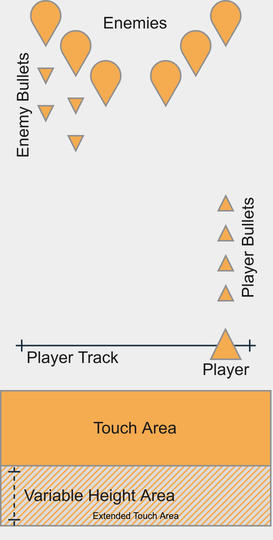
Above: CI410-Introduction-to-Game-Design-and-Development/Assignment1-Design-Doc/img/concept3.png in summerysaturn/y1-university (draw.io), before the change. Source tidied: cells renumbered, new cells last; positions are measured from the earlier drawing's top-left corner, leaving out a move shared by most shapes.
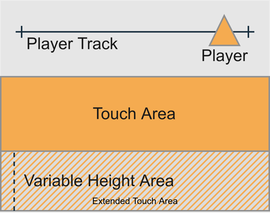
Later version of the same file.

Diff of the diagram source:
```diff
@@ -2,10 +2,13 @@
   <root>
     <mxCell id="0" />
     <mxCell id="1" parent="0" />
+    <mxCell id="24" style="rounded=0;whiteSpace=wrap;html=1;fillColor=#E6E6E6;strokeColor=none;" parent="1" vertex="1">
+      <mxGeometry y="209" width="180" height="140" as="geometry" />
+    </mxCell>
     <mxCell id="2" value="Extended Touch Area" style="verticalLabelPosition=middle;verticalAlign=bottom;html=1;shape=mxgraph.basic.patternFillRect;fillStyle=diag;step=3;fillStrokeWidth=0.5;fillStrokeColor=#F5AB50;rounded=0;sketch=0;strokeColor=#909090;fillColor=#dddddd;labelPosition=center;align=center;fontSize=6;" parent="1" vertex="1">
       <mxGeometry y="310" width="180" height="40" as="geometry" />
     </mxCell>
-    <mxCell id="3" value="Variable Height Area" style="endArrow=ERone;dashed=1;html=1;strokeColor=#182E3E;fontColor=#1A1A1A;startArrow=ERone;startFill=0;endFill=0;labelBackgroundColor=none;labelPosition=right;verticalLabelPosition=middle;align=left;verticalAlign=middle;" parent="1" edge="1">
+    <mxCell id="3" value="Variable Height Area" style="endArrow=none;dashed=1;html=1;strokeColor=#182E3E;fontColor=#1A1A1A;startArrow=none;startFill=0;endFill=0;labelBackgroundColor=none;labelPosition=right;verticalLabelPosition=middle;align=left;verticalAlign=middle;endSize=6;jumpStyle=none;" parent="1" edge="1">
       <mxGeometry y="-5" relative="1" as="geometry">
         <mxPoint x="9" y="350" as="sourcePoint" />
         <mxPoint x="9" y="310" as="targetPoint" />
@@ -23,56 +26,5 @@
     <mxCell id="6" value="&lt;p style=&quot;line-height: 0%&quot;&gt;Player&lt;/p&gt;" style="verticalLabelPosition=bottom;verticalAlign=bottom;html=1;shape=mxgraph.basic.acute_triangle;dx=0.49;sketch=0;strokeColor=#909090;fillColor=#F5AB50;labelPosition=center;align=center;fontColor=#1A1A1A;fontSize=11;" parent="1" vertex="1">
       <mxGeometry x="140" y="219" width="20" height="20" as="geometry" />
     </mxCell>
-    <mxCell id="7" style="verticalLabelPosition=bottom;verticalAlign=top;html=1;shape=mxgraph.basic.drop;sketch=0;strokeColor=#909090;fillColor=#F5AB50;fontColor=#1A1A1A;rotation=-180;" parent="1" vertex="1">
-      <mxGeometry x="20" width="20" height="30" as="geometry" />
-    </mxCell>
-    <mxCell id="8" style="verticalLabelPosition=bottom;verticalAlign=top;html=1;shape=mxgraph.basic.drop;sketch=0;strokeColor=#909090;fillColor=#F5AB50;fontColor=#1A1A1A;rotation=-180;" parent="1" vertex="1">
-      <mxGeometry x="40" y="20" width="20" height="30" as="geometry" />
-    </mxCell>
-    <mxCell id="9" style="verticalLabelPosition=bottom;verticalAlign=top;html=1;shape=mxgraph.basic.drop;sketch=0;strokeColor=#909090;fillColor=#F5AB50;fontColor=#1A1A1A;rotation=-180;" parent="1" vertex="1">
-      <mxGeometry x="60" y="40" width="20" height="30" as="geometry" />
-    </mxCell>
-    <mxCell id="10" style="verticalLabelPosition=bottom;verticalAlign=top;html=1;shape=mxgraph.basic.drop;sketch=0;strokeColor=#909090;fillColor=#F5AB50;fontColor=#1A1A1A;rotation=-180;" parent="1" vertex="1">
-      <mxGeometry x="140" width="20" height="30" as="geometry" />
-    </mxCell>
-    <mxCell id="11" style="verticalLabelPosition=bottom;verticalAlign=top;html=1;shape=mxgraph.basic.drop;sketch=0;strokeColor=#909090;fillColor=#F5AB50;fontColor=#1A1A1A;rotation=-180;" parent="1" vertex="1">
-      <mxGeometry x="120" y="20" width="20" height="30" as="geometry" />
-    </mxCell>
-    <mxCell id="12" style="verticalLabelPosition=bottom;verticalAlign=top;html=1;shape=mxgraph.basic.drop;sketch=0;strokeColor=#909090;fillColor=#F5AB50;fontColor=#1A1A1A;rotation=-180;" parent="1" vertex="1">
-      <mxGeometry x="100" y="40" width="20" height="30" as="geometry" />
-    </mxCell>
-    <mxCell id="13" value="Enemies" style="text;html=1;strokeColor=none;fillColor=none;align=center;verticalAlign=middle;whiteSpace=wrap;sketch=0;fontColor=#1A1A1A;fontSize=11;" parent="1" vertex="1">
-      <mxGeometry x="70" y="5" width="40" height="20" as="geometry" />
-    </mxCell>
-    <mxCell id="14" value="Player Bullets" style="text;html=1;strokeColor=none;fillColor=none;align=center;verticalAlign=middle;whiteSpace=wrap;sketch=0;fontColor=#1A1A1A;horizontal=0;fontSize=11;" parent="1" vertex="1">
-      <mxGeometry x="155" y="120" width="20" height="90" as="geometry" />
-    </mxCell>
-    <mxCell id="15" style="verticalLabelPosition=bottom;verticalAlign=top;html=1;shape=mxgraph.basic.acute_triangle;dx=0.5;sketch=0;strokeColor=#909090;fillColor=#F5AB50;fontColor=#1A1A1A;" parent="1" vertex="1">
-      <mxGeometry x="145" y="190" width="10" height="10" as="geometry" />
-    </mxCell>
-    <mxCell id="16" style="verticalLabelPosition=bottom;verticalAlign=top;html=1;shape=mxgraph.basic.acute_triangle;dx=0.5;sketch=0;strokeColor=#909090;fillColor=#F5AB50;fontColor=#1A1A1A;" parent="1" vertex="1">
-      <mxGeometry x="145" y="170" width="10" height="10" as="geometry" />
-    </mxCell>
-    <mxCell id="17" style="verticalLabelPosition=bottom;verticalAlign=top;html=1;shape=mxgraph.basic.acute_triangle;dx=0.5;sketch=0;strokeColor=#909090;fillColor=#F5AB50;fontColor=#1A1A1A;" parent="1" vertex="1">
-      <mxGeometry x="145" y="150" width="10" height="10" as="geometry" />
-    </mxCell>
-    <mxCell id="18" style="verticalLabelPosition=bottom;verticalAlign=top;html=1;shape=mxgraph.basic.acute_triangle;dx=0.5;sketch=0;strokeColor=#909090;fillColor=#F5AB50;fontColor=#1A1A1A;" parent="1" vertex="1">
-      <mxGeometry x="145" y="130" width="10" height="10" as="geometry" />
-    </mxCell>
-    <mxCell id="19" style="verticalLabelPosition=bottom;verticalAlign=top;html=1;shape=mxgraph.basic.acute_triangle;dx=0.5;sketch=0;strokeColor=#909090;fillColor=#F5AB50;fontColor=#1A1A1A;rotation=-180;" parent="1" vertex="1">
-      <mxGeometry x="45" y="65" width="10" height="10" as="geometry" />
-    </mxCell>
-    <mxCell id="20" style="verticalLabelPosition=bottom;verticalAlign=top;html=1;shape=mxgraph.basic.acute_triangle;dx=0.5;sketch=0;strokeColor=#909090;fillColor=#F5AB50;fontColor=#1A1A1A;rotation=-180;" parent="1" vertex="1">
-      <mxGeometry x="25" y="45" width="10" height="10" as="geometry" />
-    </mxCell>
-    <mxCell id="21" style="verticalLabelPosition=bottom;verticalAlign=top;html=1;shape=mxgraph.basic.acute_triangle;dx=0.5;sketch=0;strokeColor=#909090;fillColor=#F5AB50;fontColor=#1A1A1A;rotation=-180;" parent="1" vertex="1">
-      <mxGeometry x="45" y="90" width="10" height="10" as="geometry" />
-    </mxCell>
-    <mxCell id="22" style="verticalLabelPosition=bottom;verticalAlign=top;html=1;shape=mxgraph.basic.acute_triangle;dx=0.5;sketch=0;strokeColor=#909090;fillColor=#F5AB50;fontColor=#1A1A1A;rotation=-180;" parent="1" vertex="1">
-      <mxGeometry x="25" y="70" width="10" height="10" as="geometry" />
-    </mxCell>
-    <mxCell id="23" value="Enemy Bullets" style="text;html=1;strokeColor=none;fillColor=none;align=center;verticalAlign=middle;whiteSpace=wrap;sketch=0;fontColor=#1A1A1A;horizontal=0;rotation=0;fontSize=11;" parent="1" vertex="1">
-      <mxGeometry x="5" y="25" width="20" height="90" as="geometry" />
-    </mxCell>
   </root>
 </mxGraphModel>
```
